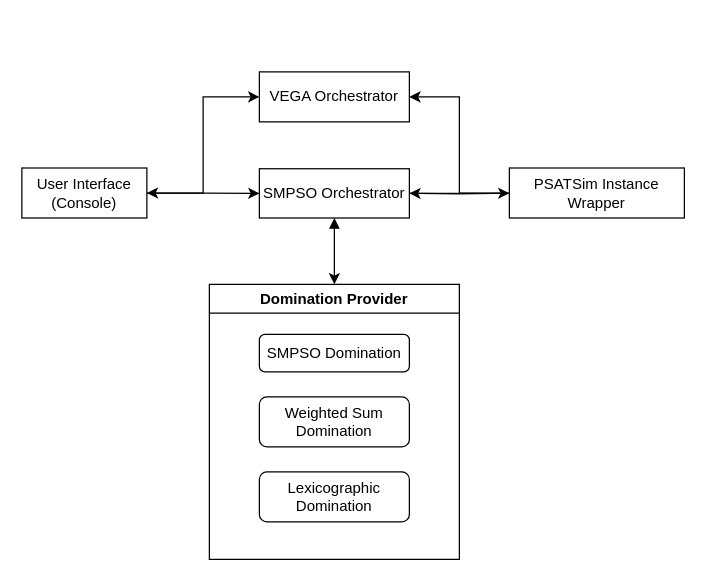
This is scheme/System.drawio from R-a-d-u/PSATSimSimulation, a draw.io file, before an edit. Source tidied: cells renumbered, new cells numbered last; positions are measured from the earlier drawing's top-left corner, leaving out a move shared by most shapes. Both pictures are drawn from the tidied source at 125%, with x=0, y=0 at pixel (21, 71).
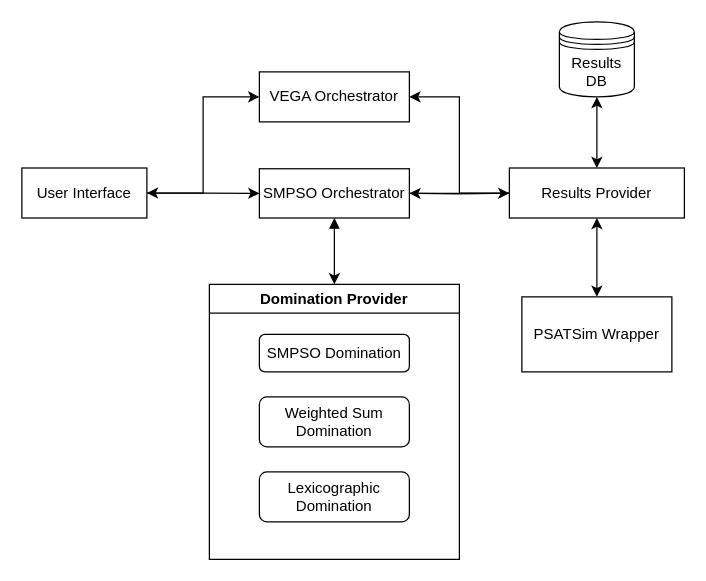
After the change.

Change to the diagram source:
```diff
@@
+    <mxCell id="16" style="edgeStyle=orthogonalEdgeStyle;rounded=0;jettySize=auto;html=1;startArrow=classic;startFill=1;" parent="1" edge="1" source="3" target="17">
+      <mxGeometry relative="1" as="geometry" />
+    </mxCell>
-    <mxCell id="3" value="PSATSim Instance Wrapper" style="rounded=0;whiteSpace=wrap;html=1;" parent="1" vertex="1">
+    <mxCell id="3" value="Results Provider" style="rounded=0;whiteSpace=wrap;html=1;" parent="1" vertex="1">
       <mxGeometry x="390" y="76.9" width="140" height="40" as="geometry" />
     </mxCell>
@@
-    <mxCell id="6" value="User Interface (Console)" style="rounded=0;whiteSpace=wrap;html=1;" parent="1" vertex="1">
+    <mxCell id="6" value="User Interface" style="rounded=0;whiteSpace=wrap;html=1;" parent="1" vertex="1">
       <mxGeometry y="76.9" width="100" height="40" as="geometry" />
     </mxCell>
@@
+    <mxCell id="17" value="PSATSim Wrapper" style="rounded=0;whiteSpace=wrap;html=1;" parent="1" vertex="1">
+      <mxGeometry x="400" y="180" width="120" height="60" as="geometry" />
+    </mxCell>
+    <mxCell id="18" style="edgeStyle=orthogonalEdgeStyle;rounded=0;jettySize=auto;html=1;startArrow=classic;startFill=1;" parent="1" edge="1" source="19" target="3">
+      <mxGeometry relative="1" as="geometry" />
+    </mxCell>
+    <mxCell id="19" value="Results DB" style="shape=datastore;whiteSpace=wrap;html=1;" parent="1" vertex="1">
+      <mxGeometry x="430" y="-40" width="60" height="60" as="geometry" />
+    </mxCell>
```
